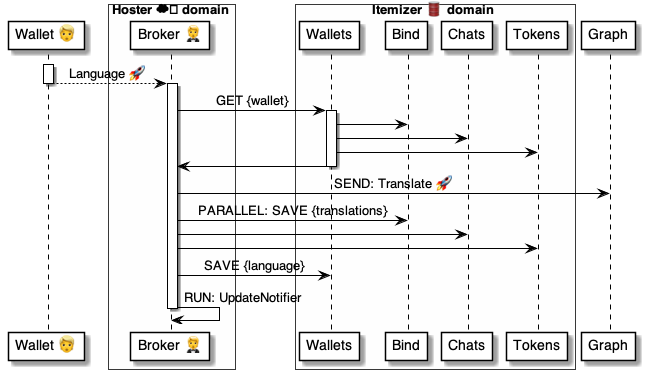
This is 4 ⚙️ Solution/20 🧑‍🦰 UI/Brokers 🤵/🤵🅰️ Broker methods/Wallets 🧑‍🦰 Language 🧑‍🦰🐌🤵/🤵 Language ⚙️ uml.png from pollyweb-org/pollyweb-docs, a PlantUML export, as it was before one commit. Its source is kept beside it as 4 ⚙️ Solution/20 🧑‍🦰 UI/Brokers 🤵/🤵🅰️ Broker methods/Wallets 🧑‍🦰 Language 🧑‍🦰🐌🤵/🤵 Language ⚙️ uml.puml. The source it was exported from:
```plantuml
@startuml Tokens@Broker


participant "Wallet 👱" as wallet

box Hoster ☁️ domain #FFFFFA
    participant "Broker 🤵" as broker
end box

box Itemizer 🛢 domain #FFFFFA
    participant "Wallets" as wallets
    participant "Bind" as binds
    participant "Chats" as chats
    participant "Tokens" as tokens
end box

participant "Graph" as graph

activate wallet
wallet --> broker: Language 🚀
deactivate wallet

activate broker
    broker -> wallets: GET {wallet}

    activate wallets
        wallets -> binds:
        wallets -> chats:
        wallets -> tokens:
        wallets -> broker:
    deactivate wallets

    broker -> graph: SEND: Translate 🚀

    broker -> binds: PARALLEL: SAVE {translations}
    broker -> chats:
    broker -> tokens:
    broker -> wallets: SAVE {language}

    broker -> broker: RUN: UpdateNotifier
deactivate broker


@enduml
```
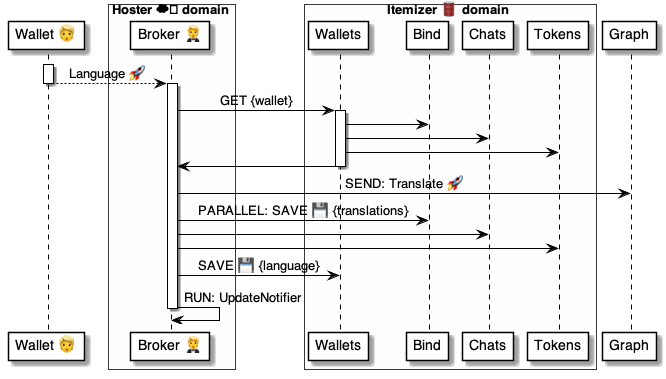
The same file after the commit.

What changed in the source:
```diff
@@ -32,10 +32,10 @@
 
     broker -> graph: SEND: Translate 🚀
 
-    broker -> binds: PARALLEL: SAVE {translations}
+    broker -> binds: PARALLEL: SAVE 💾 {translations}
     broker -> chats:
     broker -> tokens:
-    broker -> wallets: SAVE {language}
+    broker -> wallets: SAVE 💾 {language}
 
     broker -> broker: RUN: UpdateNotifier
 deactivate broker
```
